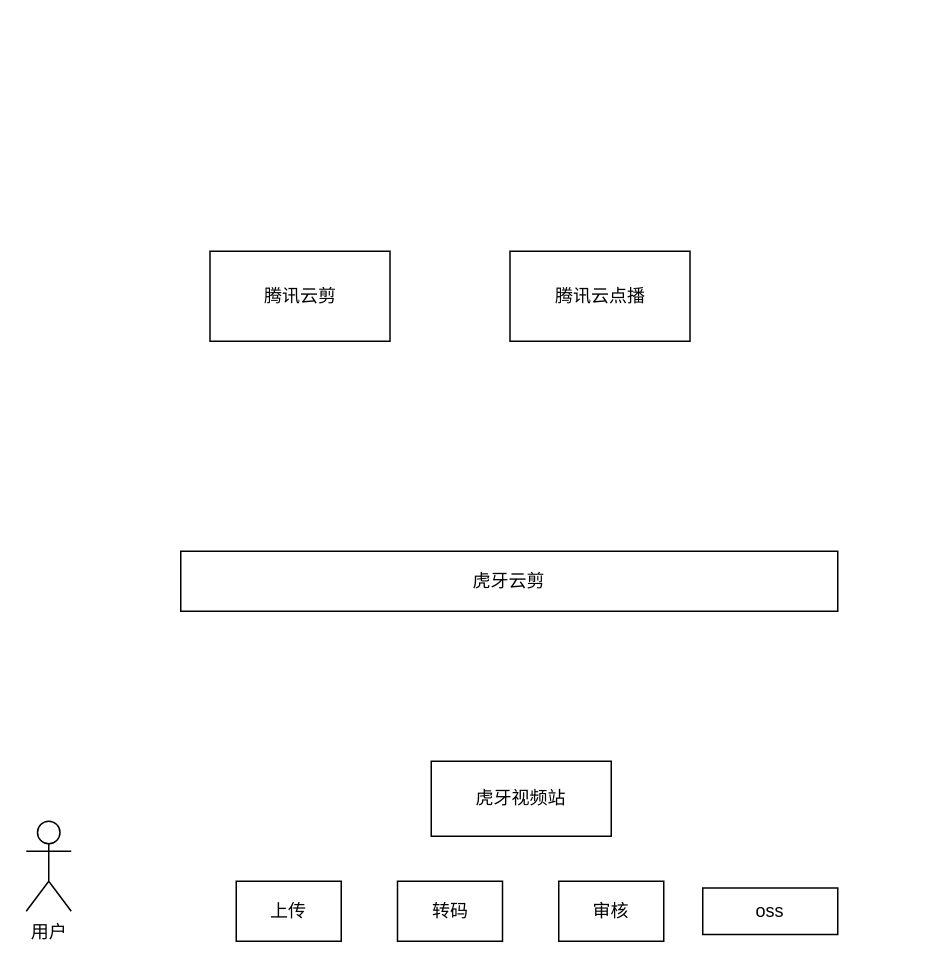
Before: 虎牙云剪.drawio in JianHao-Chen/UML, a draw.io diagram. Source tidied: cells renumbered, new cells numbered last; positions are measured from the earlier drawing's top-left corner, leaving out a move shared by most shapes. Both pictures are drawn from the tidied source at 150%, with x=0, y=0 at pixel (26, 250).
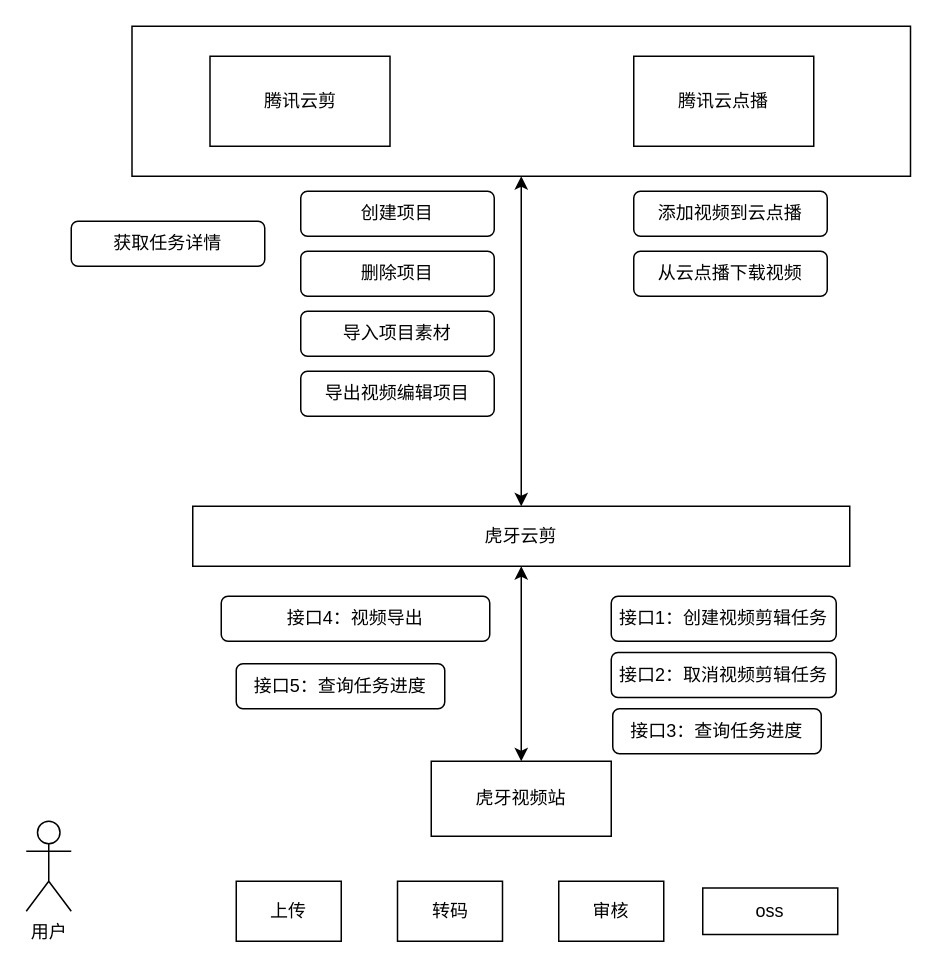
The same diagram, later.

Unchanged cells that the change refers to:
```xml
<mxCell id="4" value="虎牙视频站" style="rounded=0;whiteSpace=wrap;html=1;" parent="1" vertex="1">
  <mxGeometry x="270" y="340" width="120" height="50" as="geometry" />
</mxCell>
```

What changed in the source:
```diff
@@
+    <mxCell id="11" style="rounded=0;whiteSpace=wrap;html=1;" parent="1" vertex="1">
+      <mxGeometry x="70.5" y="-150" width="519" height="100" as="geometry" />
+    </mxCell>
     <mxCell id="2" value="腾讯云剪" style="rounded=0;whiteSpace=wrap;html=1;" parent="1" vertex="1">
-      <mxGeometry x="122.5" width="120" height="60" as="geometry" />
+      <mxGeometry x="122.5" y="-130" width="120" height="60" as="geometry" />
     </mxCell>
     <mxCell id="3" value="腾讯云点播" style="rounded=0;whiteSpace=wrap;html=1;" parent="1" vertex="1">
-      <mxGeometry x="322.5" width="120" height="60" as="geometry" />
+      <mxGeometry x="405" y="-130" width="120" height="60" as="geometry" />
     </mxCell>
@@
     <mxCell id="10" value="虎牙云剪" style="rounded=0;whiteSpace=wrap;html=1;" parent="1" vertex="1">
-      <mxGeometry x="103" y="200" width="438" height="40" as="geometry" />
+      <mxGeometry x="111" y="170" width="438" height="40" as="geometry" />
     </mxCell>
+    <mxCell id="12" style="endArrow=classic;startArrow=classic;html=1;entryX=0.5;entryY=1;entryDx=0;entryDy=0;exitX=0.5;exitY=0;exitDx=0;exitDy=0;" parent="1" edge="1" source="4" target="10">
+      <mxGeometry relative="1" as="geometry" />
+    </mxCell>
+    <mxCell id="13" value="接口1：创建视频剪辑任务" style="rounded=1;whiteSpace=wrap;html=1;" parent="1" vertex="1">
+      <mxGeometry x="390" y="230" width="150" height="30" as="geometry" />
+    </mxCell>
+    <mxCell id="14" value="接口4：视频导出" style="rounded=1;whiteSpace=wrap;html=1;" parent="1" vertex="1">
+      <mxGeometry x="130" y="230" width="179" height="30" as="geometry" />
+    </mxCell>
+    <mxCell id="15" value="接口2：取消视频剪辑任务" style="rounded=1;whiteSpace=wrap;html=1;" parent="1" vertex="1">
+      <mxGeometry x="390" y="267.5" width="150" height="30" as="geometry" />
+    </mxCell>
+    <mxCell id="16" value="接口3：查询任务进度" style="rounded=1;whiteSpace=wrap;html=1;" parent="1" vertex="1">
+      <mxGeometry x="391" y="305" width="139" height="30" as="geometry" />
+    </mxCell>
+    <mxCell id="17" value="接口5：查询任务进度" style="rounded=1;whiteSpace=wrap;html=1;" parent="1" vertex="1">
+      <mxGeometry x="140" y="275" width="139" height="30" as="geometry" />
+    </mxCell>
+    <mxCell id="18" style="endArrow=classic;startArrow=classic;html=1;entryX=0.5;entryY=1;entryDx=0;entryDy=0;exitX=0.5;exitY=0;exitDx=0;exitDy=0;" parent="1" edge="1" source="10" target="11">
+      <mxGeometry relative="1" as="geometry" />
+    </mxCell>
+    <mxCell id="19" value="添加视频到云点播" style="rounded=1;whiteSpace=wrap;html=1;" parent="1" vertex="1">
+      <mxGeometry x="405" y="-40" width="129" height="30" as="geometry" />
+    </mxCell>
+    <mxCell id="20" value="创建项目" style="rounded=1;whiteSpace=wrap;html=1;" parent="1" vertex="1">
+      <mxGeometry x="183" y="-40" width="129" height="30" as="geometry" />
+    </mxCell>
+    <mxCell id="21" value="删除项目" style="rounded=1;whiteSpace=wrap;html=1;" parent="1" vertex="1">
+      <mxGeometry x="183" width="129" height="30" as="geometry" />
+    </mxCell>
+    <mxCell id="22" value="导入项目素材" style="rounded=1;whiteSpace=wrap;html=1;" parent="1" vertex="1">
+      <mxGeometry x="183" y="40" width="129" height="30" as="geometry" />
+    </mxCell>
+    <mxCell id="23" value="导出视频编辑项目" style="rounded=1;whiteSpace=wrap;html=1;" parent="1" vertex="1">
+      <mxGeometry x="183" y="80" width="129" height="30" as="geometry" />
+    </mxCell>
+    <mxCell id="24" value="从云点播下载视频" style="rounded=1;whiteSpace=wrap;html=1;" parent="1" vertex="1">
+      <mxGeometry x="405" width="129" height="30" as="geometry" />
+    </mxCell>
+    <mxCell id="25" value="获取任务详情" style="rounded=1;whiteSpace=wrap;html=1;" parent="1" vertex="1">
+      <mxGeometry x="30" y="-20" width="129" height="30" as="geometry" />
+    </mxCell>
```
